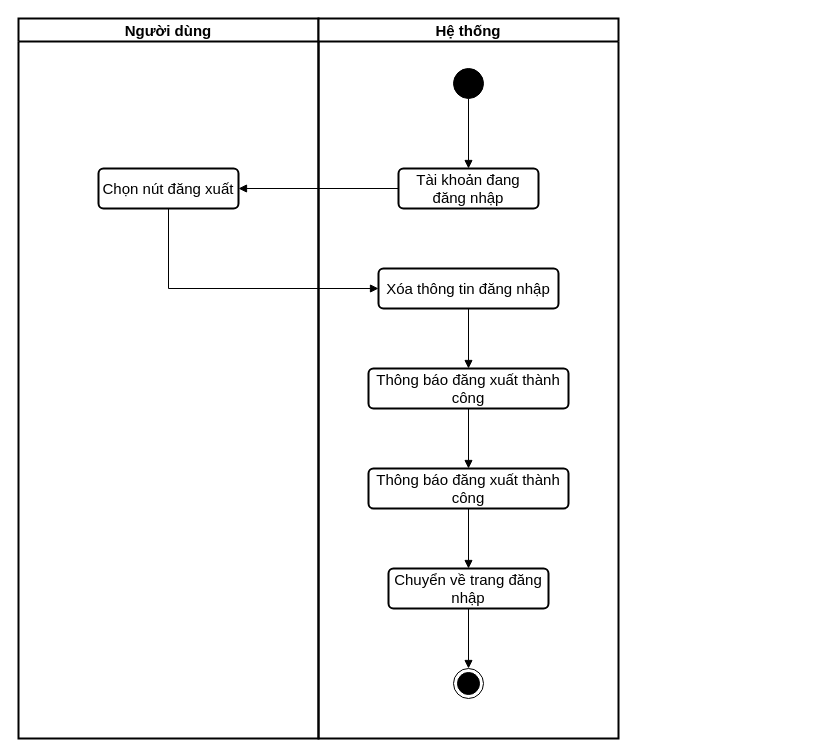
dctuyen/myFinalYearProject keeps this draw.io diagram as page "activity đăng xuất" (6 of 11) of usecase.drawio. Above is the earlier version. Source tidied: cells renumbered, new cells numbered last; positions are measured from the earlier drawing's top-left corner, leaving out a move shared by most shapes. Both pictures are drawn from the tidied source at 100%, with x=0, y=0 at pixel (18, 18).
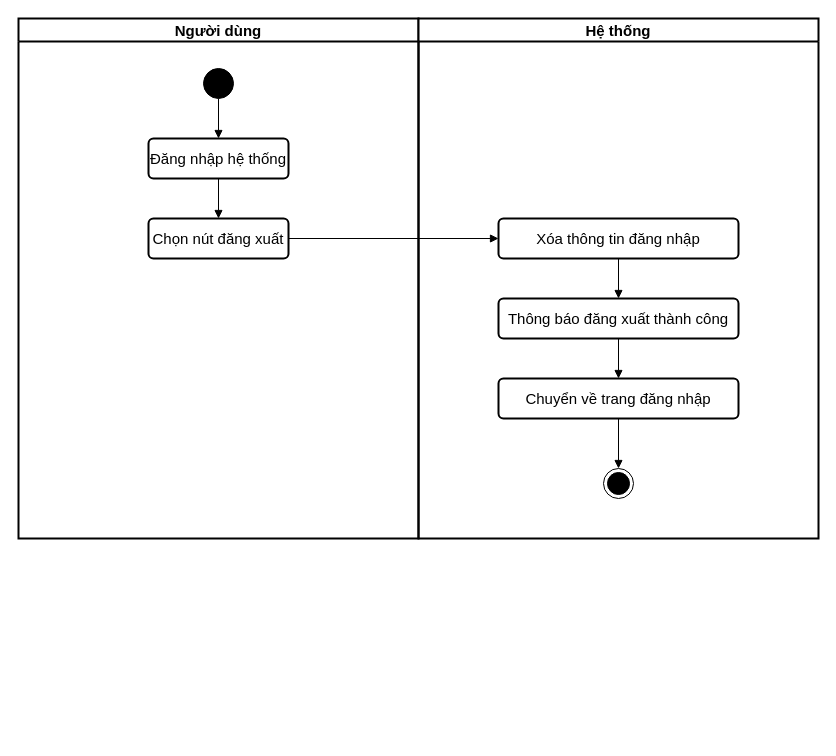
Above is the later version.

Change to the diagram source:
```diff
@@
 <mxGraphModel>
   <root>
     <mxCell id="0" />
     <mxCell id="1" parent="0" />
     <mxCell id="2" value="Người dùng" style="swimlane;whiteSpace=wrap;html=1;strokeWidth=2;fontSize=15;" parent="1" vertex="1">
-      <mxGeometry width="300" height="720" as="geometry" />
+      <mxGeometry width="400" height="520" as="geometry" />
     </mxCell>
     <mxCell id="3" value="Chọn nút đăng xuất" style="html=1;align=center;verticalAlign=middle;rounded=1;absoluteArcSize=1;arcSize=10;dashed=0;whiteSpace=wrap;strokeWidth=2;labelBackgroundColor=none;fontSize=15;" parent="2" vertex="1">
-      <mxGeometry x="80" y="150" width="140" height="40" as="geometry" />
+      <mxGeometry x="130" y="200" width="140" height="40" as="geometry" />
     </mxCell>
+    <mxCell id="14" style="ellipse;fillColor=strokeColor;html=1;fontSize=15;" parent="2" vertex="1">
+      <mxGeometry x="185" y="50" width="30" height="30" as="geometry" />
+    </mxCell>
+    <mxCell id="20" value="Đăng nhập hệ thống" style="html=1;align=center;verticalAlign=middle;rounded=1;absoluteArcSize=1;arcSize=10;dashed=0;whiteSpace=wrap;strokeWidth=2;labelBackgroundColor=none;fontSize=15;" parent="2" vertex="1">
+      <mxGeometry x="130" y="120" width="140" height="40" as="geometry" />
+    </mxCell>
+    <mxCell id="15" style="html=1;verticalAlign=bottom;labelBackgroundColor=none;endArrow=block;endFill=1;rounded=0;exitX=0.5;exitY=1;exitDx=0;exitDy=0;entryX=0.5;entryY=0;entryDx=0;entryDy=0;fontSize=15;" parent="2" edge="1" source="14" target="20">
+      <mxGeometry relative="1" as="geometry" />
+    </mxCell>
+    <mxCell id="21" style="html=1;verticalAlign=bottom;labelBackgroundColor=none;endArrow=block;endFill=1;rounded=0;exitX=0.5;exitY=1;exitDx=0;exitDy=0;entryX=0.5;entryY=0;entryDx=0;entryDy=0;fontSize=15;" parent="2" edge="1" source="20" target="3">
+      <mxGeometry relative="1" as="geometry" />
+    </mxCell>
     <mxCell id="4" value="Hệ thống" style="swimlane;whiteSpace=wrap;html=1;strokeWidth=2;fontSize=15;" parent="1" vertex="1">
-      <mxGeometry x="300" width="300" height="720" as="geometry" />
+      <mxGeometry x="400" width="400" height="520" as="geometry" />
     </mxCell>
     <mxCell id="5" value="Xóa thông tin đăng nhập" style="html=1;align=center;verticalAlign=middle;rounded=1;absoluteArcSize=1;arcSize=10;dashed=0;whiteSpace=wrap;strokeWidth=2;labelBackgroundColor=none;fontSize=15;" parent="4" vertex="1">
-      <mxGeometry x="60" y="250" width="180" height="40" as="geometry" />
+      <mxGeometry x="80" y="200" width="240" height="40" as="geometry" />
     </mxCell>
-    <mxCell id="6" style="html=1;verticalAlign=bottom;labelBackgroundColor=none;endArrow=block;endFill=1;rounded=0;exitX=0.5;exitY=1;exitDx=0;exitDy=0;entryX=0.5;entryY=0;entryDx=0;entryDy=0;edgeStyle=orthogonalEdgeStyle;fontSize=15;" parent="4" edge="1" source="5" target="7">
+    <mxCell id="6" style="html=1;verticalAlign=bottom;labelBackgroundColor=none;endArrow=block;endFill=1;rounded=0;exitX=0.5;exitY=1;exitDx=0;exitDy=0;entryX=0.5;entryY=0;entryDx=0;entryDy=0;edgeStyle=orthogonalEdgeStyle;fontSize=15;" parent="4" edge="1" source="5" target="16">
       <mxGeometry relative="1" as="geometry" />
     </mxCell>
-    <mxCell id="7" value="Thông báo đăng xuất thành công" style="html=1;align=center;verticalAlign=middle;rounded=1;absoluteArcSize=1;arcSize=10;dashed=0;whiteSpace=wrap;strokeWidth=2;labelBackgroundColor=none;fontSize=15;" parent="4" vertex="1">
-      <mxGeometry x="50" y="350" width="200" height="40" as="geometry" />
-    </mxCell>
     <mxCell id="8" style="ellipse;html=1;shape=endState;fillColor=strokeColor;fontSize=15;" parent="4" vertex="1">
-      <mxGeometry x="135" y="650" width="30" height="30" as="geometry" />
+      <mxGeometry x="185" y="450" width="30" height="30" as="geometry" />
     </mxCell>
-    <mxCell id="9" style="html=1;verticalAlign=bottom;labelBackgroundColor=none;endArrow=block;endFill=1;rounded=0;exitX=0.5;exitY=1;exitDx=0;exitDy=0;entryX=0.5;entryY=0;entryDx=0;entryDy=0;fontSize=15;" parent="4" edge="1" source="7" target="16">
-      <mxGeometry x="-0.35" relative="1" as="geometry" />
-    </mxCell>
     <mxCell id="10" value="Chuyển về trang đăng nhập" style="html=1;align=center;verticalAlign=middle;rounded=1;absoluteArcSize=1;arcSize=10;dashed=0;whiteSpace=wrap;strokeWidth=2;labelBackgroundColor=none;fontSize=15;" parent="4" vertex="1">
-      <mxGeometry x="70" y="550" width="160" height="40" as="geometry" />
+      <mxGeometry x="80" y="360" width="240" height="40" as="geometry" />
     </mxCell>
     <mxCell id="11" style="html=1;verticalAlign=bottom;labelBackgroundColor=none;endArrow=block;endFill=1;rounded=0;exitX=0.5;exitY=1;exitDx=0;exitDy=0;entryX=0.5;entryY=0;entryDx=0;entryDy=0;fontSize=15;" parent="4" edge="1" source="10" target="8">
       <mxGeometry x="-0.35" relative="1" as="geometry" />
     </mxCell>
-    <mxCell id="12" value="Tài khoản đang đăng nhập" style="html=1;align=center;verticalAlign=middle;rounded=1;absoluteArcSize=1;arcSize=10;dashed=0;whiteSpace=wrap;strokeWidth=2;labelBackgroundColor=none;fontSize=15;" parent="4" vertex="1">
-      <mxGeometry x="80" y="150" width="140" height="40" as="geometry" />
-    </mxCell>
-    <mxCell id="13" style="html=1;verticalAlign=bottom;labelBackgroundColor=none;endArrow=block;endFill=1;rounded=0;exitX=1;exitY=0.5;exitDx=0;exitDy=0;entryX=1;entryY=0.5;entryDx=0;entryDy=0;edgeStyle=orthogonalEdgeStyle;fontSize=15;" parent="4" edge="1" source="12" target="12">
-      <mxGeometry relative="1" as="geometry" />
+    <mxCell id="13" style="html=1;verticalAlign=bottom;labelBackgroundColor=none;endArrow=block;endFill=1;rounded=0;exitX=1;exitY=0.5;exitDx=0;exitDy=0;entryX=1;entryY=0.5;entryDx=0;entryDy=0;edgeStyle=orthogonalEdgeStyle;fontSize=15;" parent="4" edge="1">
+      <mxGeometry relative="1" as="geometry">
+        <mxPoint x="320" y="220" as="sourcePoint" />
+        <mxPoint x="320" y="220" as="targetPoint" />
+      </mxGeometry>
     </mxCell>
-    <mxCell id="14" style="ellipse;fillColor=strokeColor;html=1;fontSize=15;" parent="4" vertex="1">
-      <mxGeometry x="135" y="50" width="30" height="30" as="geometry" />
-    </mxCell>
-    <mxCell id="15" style="html=1;verticalAlign=bottom;labelBackgroundColor=none;endArrow=block;endFill=1;rounded=0;exitX=0.5;exitY=1;exitDx=0;exitDy=0;entryX=0.5;entryY=0;entryDx=0;entryDy=0;fontSize=15;" parent="4" edge="1" source="14" target="12">
-      <mxGeometry relative="1" as="geometry" />
-    </mxCell>
     <mxCell id="16" value="Thông báo đăng xuất thành công" style="html=1;align=center;verticalAlign=middle;rounded=1;absoluteArcSize=1;arcSize=10;dashed=0;whiteSpace=wrap;strokeWidth=2;labelBackgroundColor=none;fontSize=15;" parent="4" vertex="1">
-      <mxGeometry x="50" y="450" width="200" height="40" as="geometry" />
+      <mxGeometry x="80" y="280" width="240" height="40" as="geometry" />
     </mxCell>
     <mxCell id="17" style="html=1;verticalAlign=bottom;labelBackgroundColor=none;endArrow=block;endFill=1;rounded=0;exitX=0.5;exitY=1;exitDx=0;exitDy=0;entryX=0.5;entryY=0;entryDx=0;entryDy=0;fontSize=15;" parent="4" edge="1" source="16" target="10">
       <mxGeometry x="-0.35" relative="1" as="geometry" />
     </mxCell>
-    <mxCell id="18" style="html=1;verticalAlign=bottom;labelBackgroundColor=none;endArrow=block;endFill=1;rounded=0;exitX=0.5;exitY=1;exitDx=0;exitDy=0;entryX=0;entryY=0.5;entryDx=0;entryDy=0;edgeStyle=orthogonalEdgeStyle;fontSize=15;" parent="1" edge="1" source="3" target="5">
+    <mxCell id="18" style="html=1;verticalAlign=bottom;labelBackgroundColor=none;endArrow=block;endFill=1;rounded=0;exitX=1;exitY=0.5;exitDx=0;exitDy=0;entryX=0;entryY=0.5;entryDx=0;entryDy=0;edgeStyle=orthogonalEdgeStyle;fontSize=15;" parent="1" edge="1" source="3" target="5">
       <mxGeometry relative="1" as="geometry" />
     </mxCell>
-    <mxCell id="19" style="html=1;verticalAlign=bottom;labelBackgroundColor=none;endArrow=block;endFill=1;rounded=0;exitX=0;exitY=0.5;exitDx=0;exitDy=0;entryX=1;entryY=0.5;entryDx=0;entryDy=0;fontSize=15;" parent="1" edge="1" source="12" target="3">
-      <mxGeometry relative="1" as="geometry" />
-    </mxCell>
   </root>
 </mxGraphModel>
```
